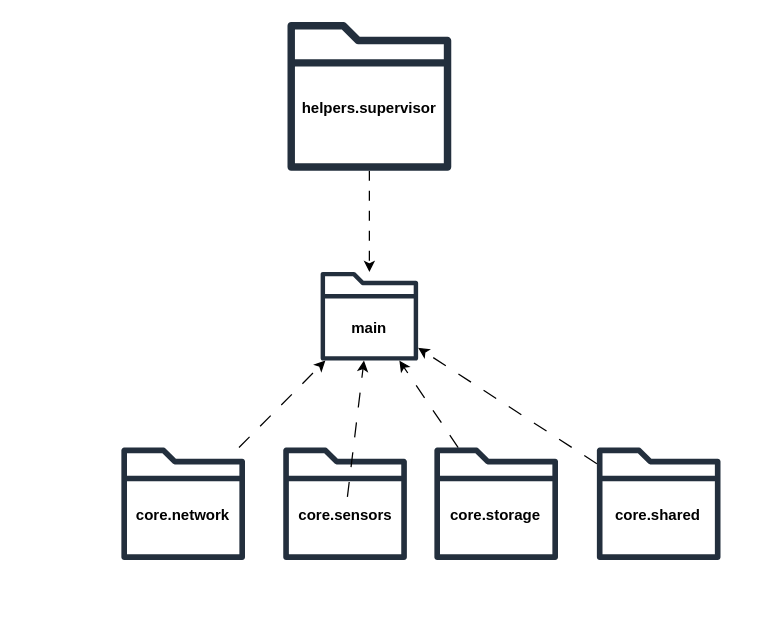
Above: diagrams/package.dio in kevin504-max/MLOps (draw.io), before the change. Source tidied: cells renumbered, new cells numbered last; positions are measured from the earlier drawing's top-left corner, leaving out a move shared by most shapes. Both pictures are drawn from the tidied source at 125%, with x=0, y=0 at pixel (121, 21).
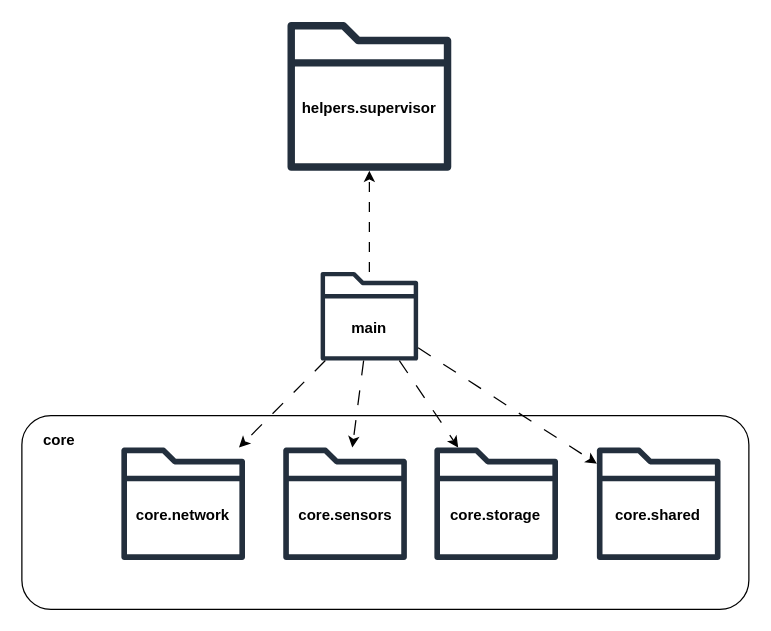
After the change.

Commit message (it also covers changes not shown here):
fix: uml and package diagrams

Unchanged cells that the change refers to:
```xml
<mxCell id="2" style="sketch=0;outlineConnect=0;fontColor=#232F3E;gradientColor=none;fillColor=#232F3D;strokeColor=none;dashed=0;verticalLabelPosition=bottom;verticalAlign=top;align=center;html=1;fontSize=12;fontStyle=0;shape=mxgraph.aws4.folder;" parent="1" vertex="1">
  <mxGeometry x="159" y="200" width="78" height="71" as="geometry" />
</mxCell>
<mxCell id="5" style="sketch=0;outlineConnect=0;fontColor=#232F3E;gradientColor=none;fillColor=#232F3D;strokeColor=none;dashed=0;verticalLabelPosition=bottom;verticalAlign=top;align=center;html=1;fontSize=12;fontStyle=0;shape=mxgraph.aws4.folder;" parent="1" vertex="1">
  <mxGeometry x="-0.4" y="340.5" width="98.9" height="90" as="geometry" />
</mxCell>
<mxCell id="7" style="sketch=0;outlineConnect=0;fontColor=#232F3E;gradientColor=none;fillColor=#232F3D;strokeColor=none;dashed=0;verticalLabelPosition=bottom;verticalAlign=top;align=center;html=1;fontSize=12;fontStyle=0;shape=mxgraph.aws4.folder;" parent="1" vertex="1">
  <mxGeometry x="129.1" y="340.5" width="98.9" height="90" as="geometry" />
</mxCell>
<mxCell id="9" value="&lt;b&gt;core.sensors&lt;/b&gt;" style="text;html=1;align=center;verticalAlign=middle;whiteSpace=wrap;rounded=0;" parent="1" vertex="1">
  <mxGeometry x="148.6" y="380" width="60" height="30" as="geometry" />
</mxCell>
<mxCell id="11" style="sketch=0;outlineConnect=0;fontColor=#232F3E;gradientColor=none;fillColor=#232F3D;strokeColor=none;dashed=0;verticalLabelPosition=bottom;verticalAlign=top;align=center;html=1;fontSize=12;fontStyle=0;shape=mxgraph.aws4.folder;" parent="1" vertex="1">
  <mxGeometry x="250" y="340.5" width="98.9" height="90" as="geometry" />
</mxCell>
<mxCell id="14" style="sketch=0;outlineConnect=0;fontColor=#232F3E;gradientColor=none;fillColor=#232F3D;strokeColor=none;dashed=0;verticalLabelPosition=bottom;verticalAlign=top;align=center;html=1;fontSize=12;fontStyle=0;shape=mxgraph.aws4.folder;" parent="1" vertex="1">
  <mxGeometry x="380" y="340.5" width="98.9" height="90" as="geometry" />
</mxCell>
<mxCell id="17" style="sketch=0;outlineConnect=0;fontColor=#232F3E;gradientColor=none;fillColor=#232F3D;strokeColor=none;dashed=0;verticalLabelPosition=bottom;verticalAlign=top;align=center;html=1;fontSize=12;fontStyle=0;shape=mxgraph.aws4.folder;" parent="1" vertex="1">
  <mxGeometry x="132.5" width="131" height="119.2" as="geometry" />
</mxCell>
```

The edit, as a diff of the source:
```diff
@@
+    <mxCell id="19" style="rounded=1;whiteSpace=wrap;html=1;" parent="1" vertex="1">
+      <mxGeometry x="-80" y="315" width="581.6" height="155" as="geometry" />
+    </mxCell>
@@
-    <mxCell id="4" style="edgeStyle=none;html=1;dashed=1;dashPattern=12 12;" parent="1" edge="1" source="5" target="2">
+    <mxCell id="4" style="edgeStyle=none;html=1;dashed=1;dashPattern=12 12;" parent="1" edge="1" source="2" target="5">
       <mxGeometry relative="1" as="geometry" />
     </mxCell>
@@
-    <mxCell id="8" style="edgeStyle=none;html=1;dashed=1;dashPattern=12 12;" parent="1" edge="1" source="9" target="2">
+    <mxCell id="8" style="edgeStyle=none;html=1;dashed=1;dashPattern=12 12;" parent="1" edge="1" source="2" target="7">
       <mxGeometry relative="1" as="geometry" />
     </mxCell>
@@
-    <mxCell id="10" style="edgeStyle=none;html=1;dashed=1;dashPattern=12 12;" parent="1" edge="1" source="11" target="2">
+    <mxCell id="10" style="edgeStyle=none;html=1;dashed=1;dashPattern=12 12;" parent="1" edge="1" source="2" target="11">
       <mxGeometry relative="1" as="geometry" />
     </mxCell>
@@
-    <mxCell id="13" style="edgeStyle=none;html=1;dashed=1;dashPattern=12 12;" parent="1" edge="1" source="14" target="2">
+    <mxCell id="13" style="edgeStyle=none;html=1;dashed=1;dashPattern=12 12;" parent="1" edge="1" source="2" target="14">
       <mxGeometry relative="1" as="geometry" />
     </mxCell>
@@
-    <mxCell id="16" style="edgeStyle=none;html=1;dashed=1;dashPattern=8 8;" parent="1" edge="1" source="17" target="2">
+    <mxCell id="16" style="edgeStyle=none;html=1;dashed=1;dashPattern=8 8;" parent="1" edge="1" source="2" target="17">
       <mxGeometry relative="1" as="geometry" />
     </mxCell>
@@
+    <mxCell id="20" value="&lt;b&gt;core&lt;/b&gt;" style="text;html=1;align=center;verticalAlign=middle;whiteSpace=wrap;rounded=0;" parent="1" vertex="1">
+      <mxGeometry x="-80" y="320" width="60" height="30" as="geometry" />
+    </mxCell>
```
